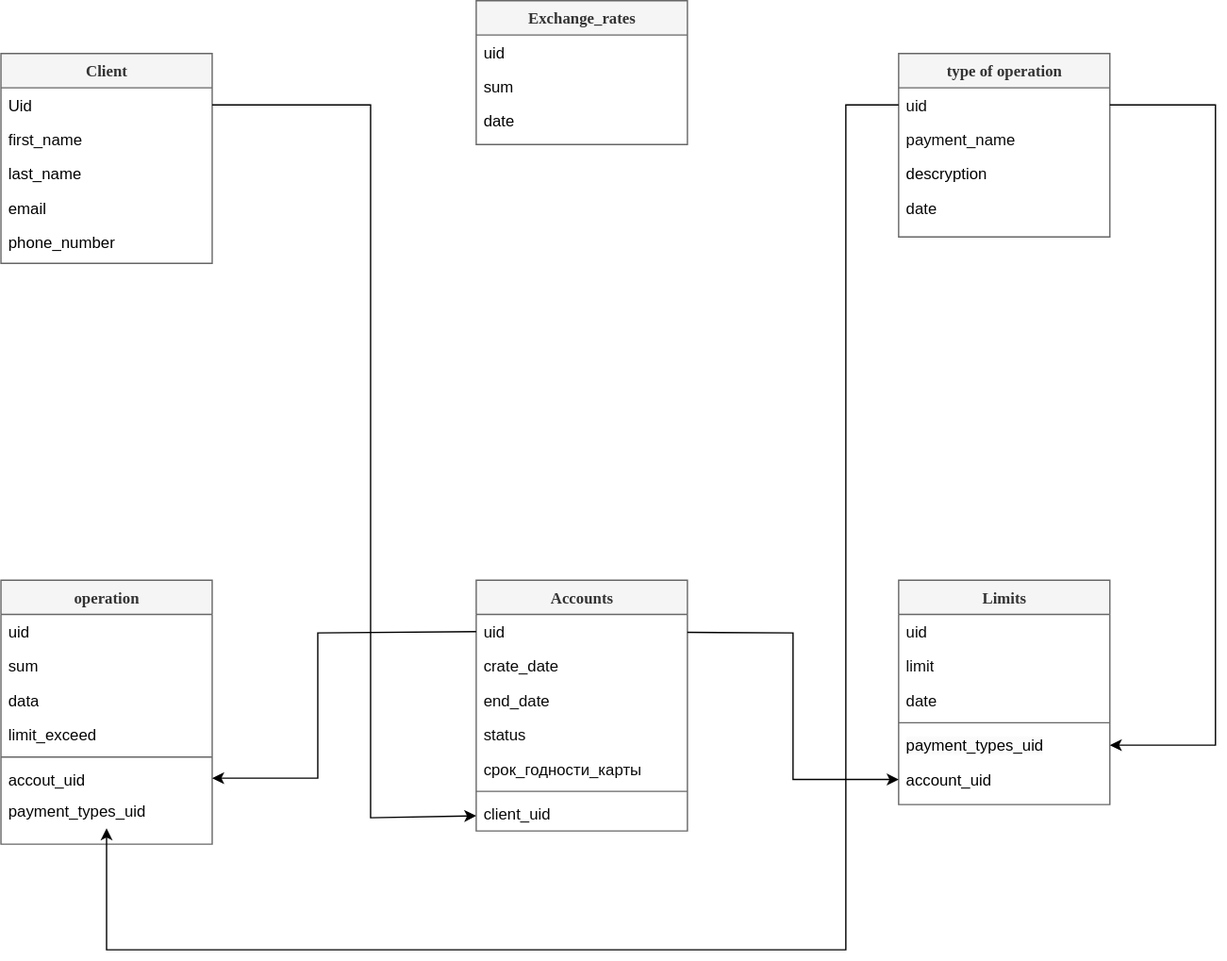
Rinatishe/ola keeps this draw.io diagram as ola.svg. Above is the earlier version. Source tidied: cells renumbered, new cells last; positions are measured from the earlier drawing's top-left corner, leaving out a move shared by most shapes.
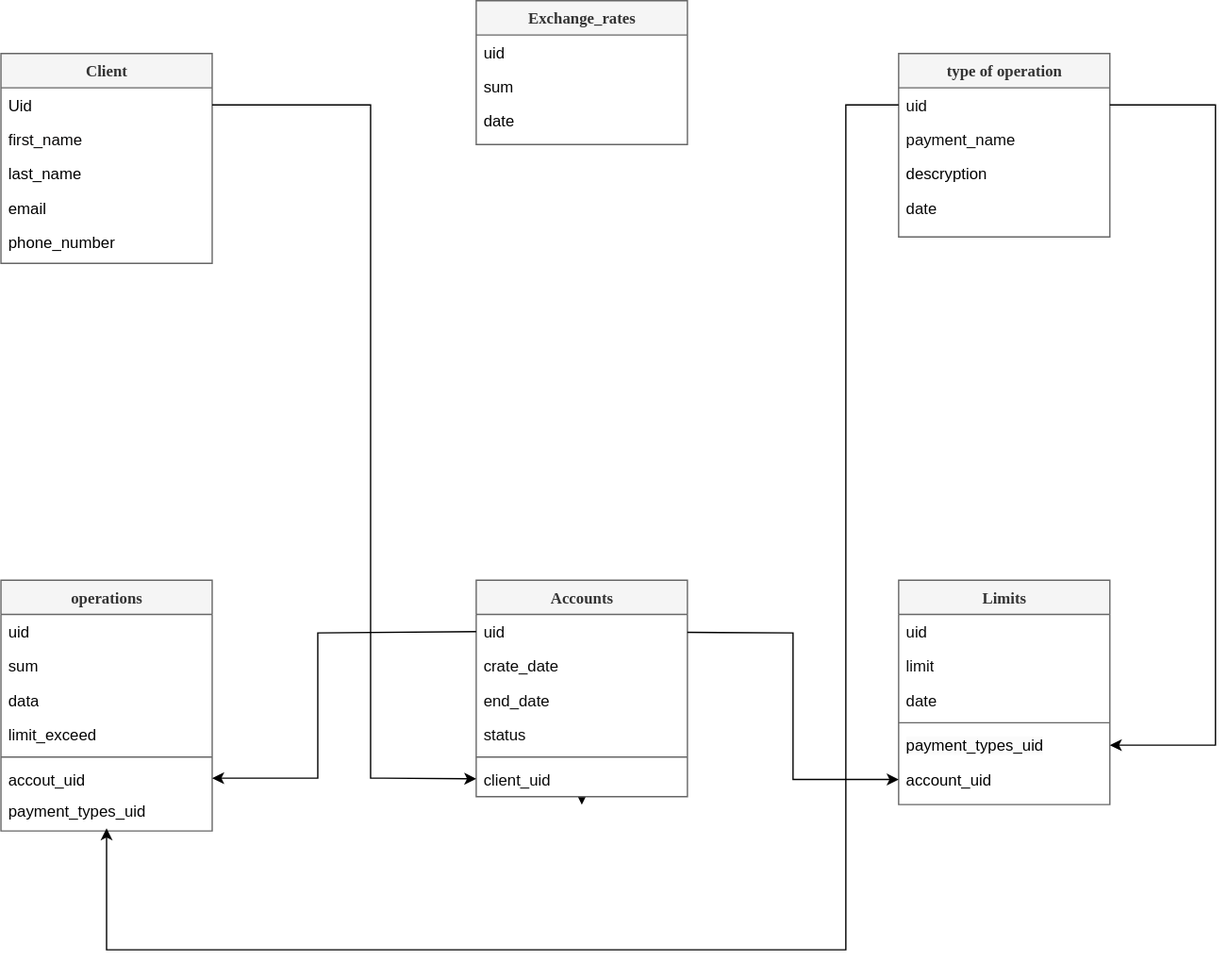
After the commit.

Change to the diagram source:
```diff
@@ -48,7 +48,7 @@
       <mxGeometry y="104" width="160" height="26" as="geometry" />
     </mxCell>
     <mxCell id="17" value="operations&lt;br&gt;" style="swimlane;html=1;fontStyle=1;align=center;verticalAlign=top;horizontal=1;startSize=26;swimlaneFillColor=#ffffff;rounded=0;shadow=0;comic=0;labelBackgroundColor=none;strokeWidth=1;fillColor=#f5f5f5;fontFamily=Verdana;fontSize=12;fontColor=#333333;strokeColor=#666666;" parent="1" vertex="1">
-      <mxGeometry y="439" width="160" height="200" as="geometry" />
+      <mxGeometry y="439" width="160" height="190" as="geometry" />
     </mxCell>
     <mxCell id="18" value="uid" style="text;html=1;strokeColor=none;fillColor=none;align=left;verticalAlign=top;spacingLeft=4;spacingRight=4;whiteSpace=wrap;overflow=hidden;fontColor=#050505;" parent="17" vertex="1">
       <mxGeometry y="26" width="160" height="26" as="geometry" />
@@ -71,8 +71,13 @@
     <mxCell id="24" value="payment_types_uid" style="text;html=1;strokeColor=none;fillColor=none;align=left;verticalAlign=top;spacingLeft=4;spacingRight=4;whiteSpace=wrap;overflow=hidden;points=[[0,0.5],[1,0.5]];portConstraint=eastwest;fontColor=#050505;" parent="17" vertex="1">
       <mxGeometry y="162" width="160" height="26" as="geometry" />
     </mxCell>
+    <mxCell id="45" style="edgeStyle=orthogonalEdgeStyle;rounded=0;jettySize=auto;html=1;exitX=0.5;exitY=1;exitDx=0;exitDy=0;" parent="1" edge="1" source="25">
+      <mxGeometry relative="1" as="geometry">
+        <mxPoint x="440" y="609" as="targetPoint" />
+      </mxGeometry>
+    </mxCell>
     <mxCell id="25" value="Accounts" style="swimlane;html=1;fontStyle=1;align=center;verticalAlign=top;horizontal=1;startSize=26;swimlaneFillColor=#ffffff;rounded=0;shadow=0;comic=0;labelBackgroundColor=none;strokeWidth=1;fillColor=#f5f5f5;fontFamily=Verdana;fontSize=12;fontColor=#333333;strokeColor=#666666;" parent="1" vertex="1">
-      <mxGeometry x="360" y="439" width="160" height="190" as="geometry" />
+      <mxGeometry x="360" y="439" width="160" height="164" as="geometry" />
     </mxCell>
     <mxCell id="26" value="uid" style="text;html=1;strokeColor=none;fillColor=none;align=left;verticalAlign=top;spacingLeft=4;spacingRight=4;whiteSpace=wrap;overflow=hidden;points=[[0,0.5],[1,0.5]];portConstraint=eastwest;fontColor=#0a0a0a;" parent="25" vertex="1">
       <mxGeometry y="26" width="160" height="26" as="geometry" />
@@ -86,14 +91,11 @@
     <mxCell id="29" value="status" style="text;html=1;strokeColor=none;fillColor=none;align=left;verticalAlign=top;spacingLeft=4;spacingRight=4;whiteSpace=wrap;overflow=hidden;fontColor=#0a0a0a;" parent="25" vertex="1">
       <mxGeometry y="104" width="160" height="26" as="geometry" />
     </mxCell>
-    <mxCell id="30" value="срок_годности_карты" style="text;html=1;strokeColor=none;fillColor=none;align=left;verticalAlign=top;spacingLeft=4;spacingRight=4;whiteSpace=wrap;overflow=hidden;fontColor=#0a0a0a;" parent="25" vertex="1">
-      <mxGeometry y="130" width="160" height="26" as="geometry" />
-    </mxCell>
     <mxCell id="31" style="line;html=1;strokeWidth=1;fillColor=#f5f5f5;align=left;verticalAlign=middle;spacingTop=-1;spacingLeft=3;spacingRight=3;labelPosition=right;fontColor=#333333;strokeColor=#666666;" parent="25" vertex="1">
-      <mxGeometry y="156" width="160" height="8" as="geometry" />
+      <mxGeometry y="130" width="160" height="8" as="geometry" />
     </mxCell>
     <mxCell id="32" value="client_uid" style="text;html=1;strokeColor=none;fillColor=none;align=left;verticalAlign=top;spacingLeft=4;spacingRight=4;whiteSpace=wrap;overflow=hidden;points=[[0,0.5],[1,0.5]];portConstraint=eastwest;fontColor=#0a0a0a;" parent="25" vertex="1">
-      <mxGeometry y="164" width="160" height="26" as="geometry" />
+      <mxGeometry y="138" width="160" height="26" as="geometry" />
     </mxCell>
     <mxCell id="33" value="Limits" style="swimlane;html=1;fontStyle=1;align=center;verticalAlign=top;horizontal=1;startSize=26;swimlaneFillColor=#ffffff;rounded=0;shadow=0;comic=0;labelBackgroundColor=none;strokeWidth=1;fontFamily=Verdana;fontSize=12;fillColor=#f5f5f5;strokeColor=#666666;fontColor=#333333;" parent="1" vertex="1">
       <mxGeometry x="680" y="439" width="160" height="170" as="geometry" />
@@ -120,7 +122,8 @@
       <mxGeometry relative="1" as="geometry">
         <Array as="points">
           <mxPoint x="280" y="79" />
-          <mxPoint x="280" y="619" />
+          <mxPoint x="280" y="589" />
+          <mxPoint x="290" y="589" />
         </Array>
       </mxGeometry>
     </mxCell>
```
